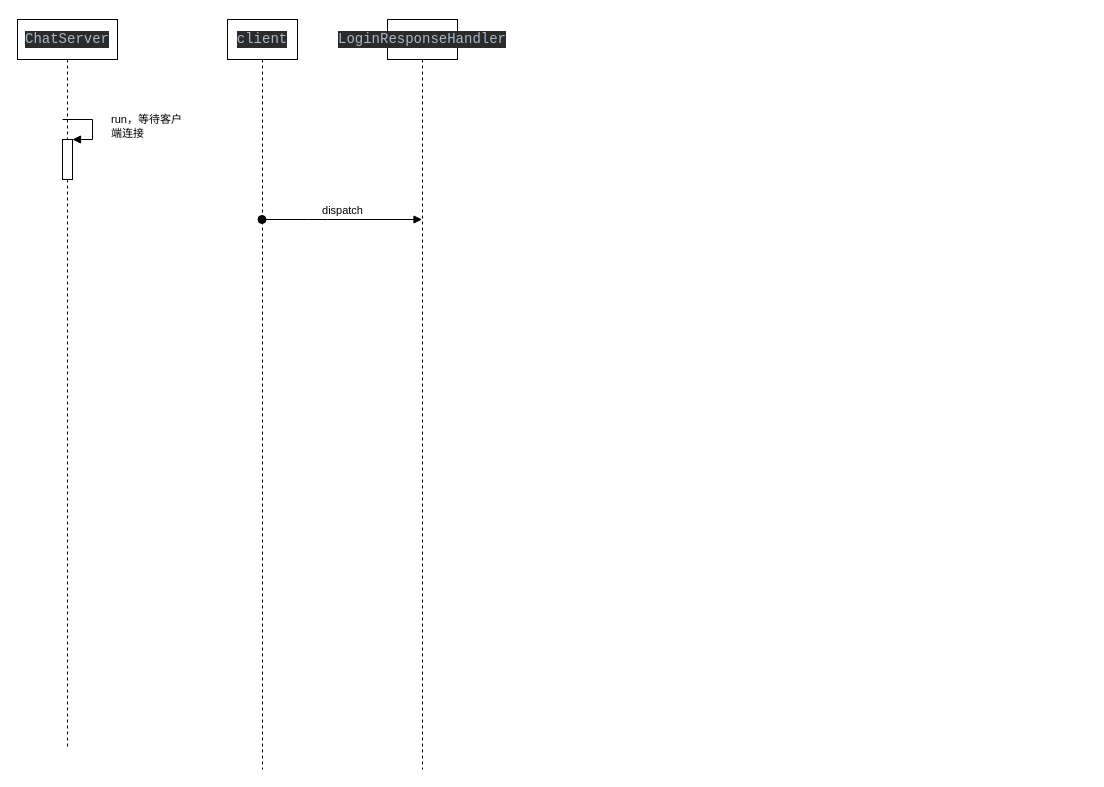
Before: im/im服务端.drawio in wangchao550586585/uml-image, a draw.io diagram. Source tidied: cells renumbered, new cells numbered last; positions are measured from the earlier drawing's top-left corner, leaving out a move shared by most shapes. Both pictures are drawn from the tidied source at 100%, with x=0, y=0 at pixel (17, 19).
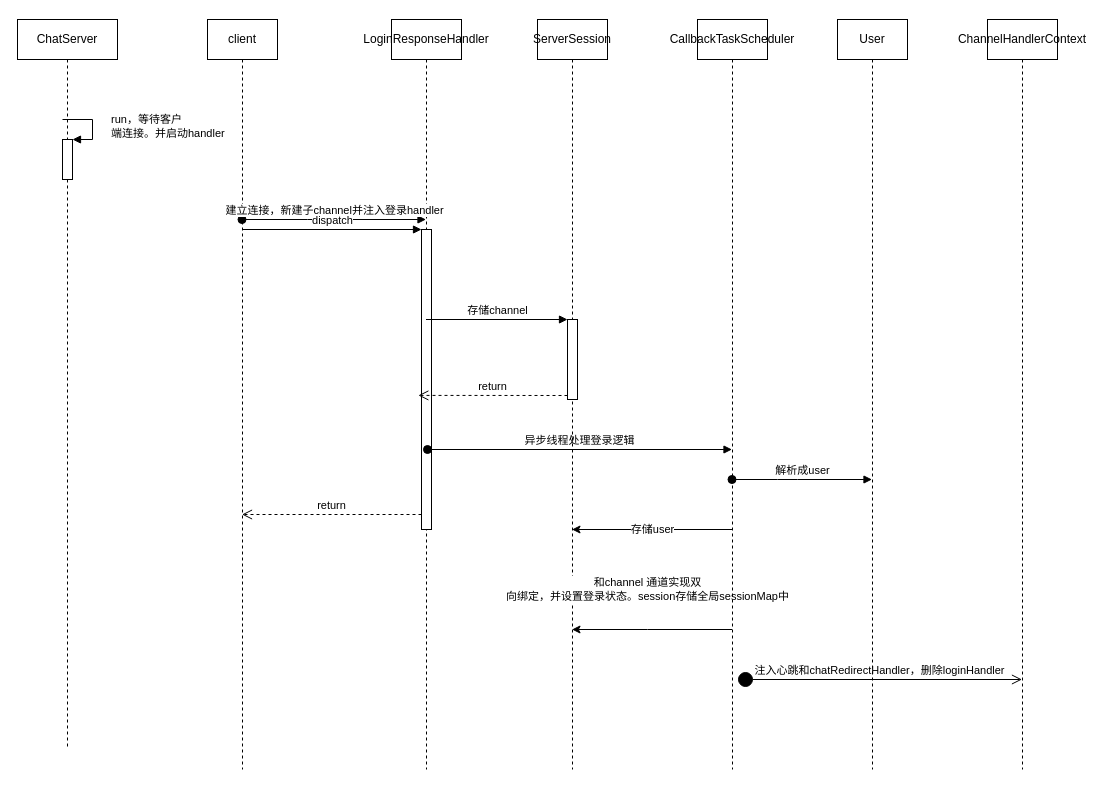
Above is the later version.

Unchanged cells that the change refers to:
```xml
<mxCell id="3" style="html=1;points=[];perimeter=orthogonalPerimeter;" parent="2" vertex="1">
  <mxGeometry x="45" y="120" width="10" height="40" as="geometry" />
</mxCell>
```

Diff of the diagram source:
```diff
@@
-    <mxCell id="2" value="&lt;pre style=&quot;background-color: #2b2b2b ; color: #a9b7c6 ; font-family: &amp;#34;courier new&amp;#34; ; font-size: 10.5pt&quot;&gt;ChatServer&lt;/pre&gt;" style="shape=umlLifeline;perimeter=lifelinePerimeter;whiteSpace=wrap;html=1;" parent="1" vertex="1">
+    <mxCell id="2" value="ChatServer" style="shape=umlLifeline;perimeter=lifelinePerimeter;whiteSpace=wrap;html=1;" parent="1" vertex="1">
       <mxGeometry width="100" height="730" as="geometry" />
     </mxCell>
@@
-    <mxCell id="4" value="run，等待客户&lt;br&gt;端连接" style="edgeStyle=orthogonalEdgeStyle;html=1;align=left;spacingLeft=2;endArrow=block;rounded=0;entryX=1;entryY=0;" parent="2" edge="1" target="3">
+    <mxCell id="4" value="run，等待客户&lt;br&gt;端连接。并启动handler" style="edgeStyle=orthogonalEdgeStyle;html=1;align=left;spacingLeft=2;endArrow=block;rounded=0;entryX=1;entryY=0;" parent="2" edge="1" target="3">
       <mxGeometry x="0.07" y="15" relative="1" as="geometry">
         <mxPoint x="45" y="100" as="sourcePoint" />
         <Array as="points">
           <mxPoint x="75" y="100" />
         </Array>
       </mxGeometry>
     </mxCell>
-    <mxCell id="5" value="&lt;pre style=&quot;background-color: #2b2b2b ; color: #a9b7c6 ; font-family: &amp;#34;courier new&amp;#34; ; font-size: 10.5pt&quot;&gt;LoginResponseHandler&lt;/pre&gt;" style="shape=umlLifeline;perimeter=lifelinePerimeter;whiteSpace=wrap;html=1;outlineConnect=0;" parent="1" vertex="1">
-      <mxGeometry x="370" width="70" height="750" as="geometry" />
+    <mxCell id="5" value="LoginResponseHandler" style="shape=umlLifeline;perimeter=lifelinePerimeter;whiteSpace=wrap;html=1;outlineConnect=0;" parent="1" vertex="1">
+      <mxGeometry x="374" width="70" height="750" as="geometry" />
     </mxCell>
+    <mxCell id="8" style="html=1;points=[];perimeter=orthogonalPerimeter;" parent="5" vertex="1">
+      <mxGeometry x="30" y="210" width="10" height="300" as="geometry" />
+    </mxCell>
+    <mxCell id="9" value="异步线程处理登录逻辑" style="html=1;verticalAlign=bottom;startArrow=oval;startFill=1;endArrow=block;startSize=8;" parent="5" edge="1" target="18">
+      <mxGeometry relative="1" as="geometry">
+        <mxPoint x="36" y="430" as="sourcePoint" />
+      </mxGeometry>
+    </mxCell>
-    <mxCell id="6" value="&lt;pre style=&quot;background-color: #2b2b2b ; color: #a9b7c6 ; font-family: &amp;#34;courier new&amp;#34; ; font-size: 10.5pt&quot;&gt;client&lt;/pre&gt;" style="shape=umlLifeline;perimeter=lifelinePerimeter;whiteSpace=wrap;html=1;outlineConnect=0;" parent="1" vertex="1">
-      <mxGeometry x="210" width="70" height="750" as="geometry" />
+    <mxCell id="6" value="client" style="shape=umlLifeline;perimeter=lifelinePerimeter;whiteSpace=wrap;html=1;outlineConnect=0;" parent="1" vertex="1">
+      <mxGeometry x="190" width="70" height="750" as="geometry" />
     </mxCell>
-    <mxCell id="7" value="dispatch" style="html=1;verticalAlign=bottom;startArrow=oval;startFill=1;endArrow=block;startSize=8;" parent="1" edge="1" source="6" target="5">
+    <mxCell id="7" value="建立连接，新建子channel并注入登录handler" style="html=1;verticalAlign=bottom;startArrow=oval;startFill=1;endArrow=block;startSize=8;" parent="1" edge="1" source="6" target="5">
       <mxGeometry relative="1" as="geometry">
         <Array as="points">
           <mxPoint x="300" y="200" />
         </Array>
       </mxGeometry>
     </mxCell>
+    <mxCell id="10" value="dispatch" style="html=1;verticalAlign=bottom;endArrow=block;entryX=0;entryY=0;" parent="1" edge="1" source="6" target="8">
+      <mxGeometry relative="1" as="geometry" />
+    </mxCell>
+    <mxCell id="11" value="return" style="html=1;verticalAlign=bottom;endArrow=open;dashed=1;endSize=8;exitX=0;exitY=0.95;" parent="1" edge="1" source="8" target="6">
+      <mxGeometry relative="1" as="geometry" />
+    </mxCell>
+    <mxCell id="12" value="ServerSession" style="shape=umlLifeline;perimeter=lifelinePerimeter;whiteSpace=wrap;html=1;outlineConnect=0;" parent="1" vertex="1">
+      <mxGeometry x="520" width="70" height="750" as="geometry" />
+    </mxCell>
+    <mxCell id="13" style="html=1;points=[];perimeter=orthogonalPerimeter;" parent="12" vertex="1">
+      <mxGeometry x="30" y="300" width="10" height="80" as="geometry" />
+    </mxCell>
+    <mxCell id="14" value="return" style="html=1;verticalAlign=bottom;endArrow=open;dashed=1;endSize=8;exitX=0;exitY=0.95;entryX=-0.317;entryY=0.553;entryDx=0;entryDy=0;entryPerimeter=0;" parent="1" edge="1" source="13" target="8">
+      <mxGeometry relative="1" as="geometry" />
+    </mxCell>
+    <mxCell id="15" value="存储channel" style="html=1;verticalAlign=bottom;endArrow=block;entryX=0;entryY=0;" parent="1" edge="1" source="5" target="13">
+      <mxGeometry relative="1" as="geometry" />
+    </mxCell>
+    <mxCell id="16" value="存储user" style="edgeStyle=orthogonalEdgeStyle;rounded=0;jettySize=auto;html=1;" parent="1" edge="1" source="18" target="12">
+      <mxGeometry relative="1" as="geometry">
+        <Array as="points">
+          <mxPoint x="640" y="510" />
+          <mxPoint x="640" y="510" />
+        </Array>
+      </mxGeometry>
+    </mxCell>
+    <mxCell id="17" value="&lt;span style=&quot;font-size: 11px&quot;&gt;和channel 通道实现双&lt;br&gt;向绑定，并设置登录状态。session存储全局sessionMap中&lt;/span&gt;" style="edgeStyle=orthogonalEdgeStyle;rounded=0;jettySize=auto;html=1;" parent="1" edge="1" source="18" target="12">
+      <mxGeometry x="0.06" y="-40" relative="1" as="geometry">
+        <Array as="points">
+          <mxPoint x="630" y="610" />
+          <mxPoint x="630" y="610" />
+        </Array>
+      </mxGeometry>
+    </mxCell>
+    <mxCell id="18" value="CallbackTaskScheduler" style="shape=umlLifeline;perimeter=lifelinePerimeter;whiteSpace=wrap;html=1;outlineConnect=0;" parent="1" vertex="1">
+      <mxGeometry x="680" width="70" height="750" as="geometry" />
+    </mxCell>
+    <mxCell id="19" value="注入心跳和chatRedirectHandler，删除loginHandler" style="html=1;verticalAlign=bottom;startArrow=circle;startFill=1;endArrow=open;startSize=6;endSize=8;" parent="18" edge="1" target="22">
+      <mxGeometry relative="1" as="geometry">
+        <mxPoint x="40" y="660" as="sourcePoint" />
+      </mxGeometry>
+    </mxCell>
+    <mxCell id="20" value="User" style="shape=umlLifeline;perimeter=lifelinePerimeter;whiteSpace=wrap;html=1;outlineConnect=0;" parent="1" vertex="1">
+      <mxGeometry x="820" width="70" height="750" as="geometry" />
+    </mxCell>
+    <mxCell id="21" value="解析成user" style="html=1;verticalAlign=bottom;startArrow=oval;startFill=1;endArrow=block;startSize=8;" parent="1" edge="1" source="18" target="20">
+      <mxGeometry relative="1" as="geometry">
+        <Array as="points">
+          <mxPoint x="770" y="460" />
+        </Array>
+      </mxGeometry>
+    </mxCell>
+    <mxCell id="22" value="ChannelHandlerContext" style="shape=umlLifeline;perimeter=lifelinePerimeter;whiteSpace=wrap;html=1;outlineConnect=0;" parent="1" vertex="1">
+      <mxGeometry x="970" width="70" height="750" as="geometry" />
+    </mxCell>
```
